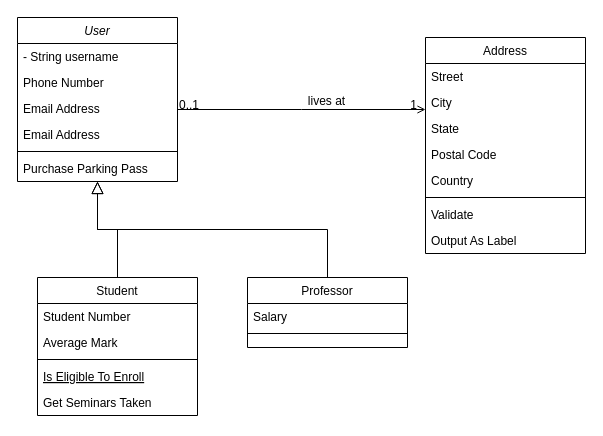
This is Library.drawio from Drym96/Library-Project-28-08-2023, a draw.io file, before an edit. Source tidied: cells renumbered, new cells numbered last; positions are measured from the earlier drawing's top-left corner, leaving out a move shared by most shapes. Both pictures are drawn from the tidied source at 100%, with x=0, y=0 at pixel (17, 17).
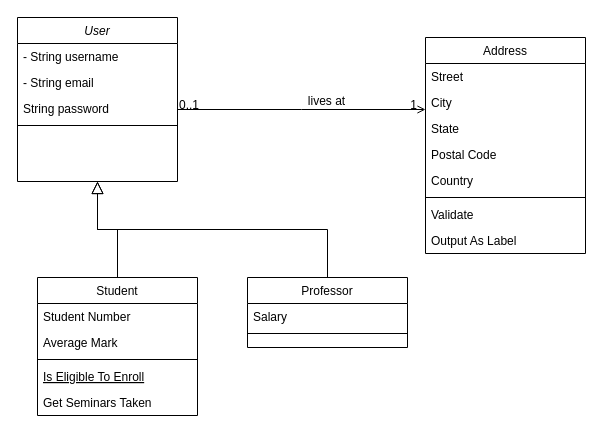
The same page after the edit.

The change refers to these unchanged cells:
```xml
<mxCell id="2" value="User" style="swimlane;fontStyle=2;align=center;verticalAlign=top;horizontal=1;startSize=26;rounded=0;shadow=0;strokeWidth=1;" parent="1" vertex="1">
  <mxGeometry width="160" height="164" as="geometry" />
</mxCell>
```

Diff of the diagram source:
```diff
@@
-    <mxCell id="4" value="Phone Number" style="text;align=left;verticalAlign=top;spacingLeft=4;spacingRight=4;overflow=hidden;rounded=0;shadow=0;html=0;" parent="2" vertex="1">
+    <mxCell id="4" value="- String email" style="text;align=left;verticalAlign=top;spacingLeft=4;spacingRight=4;overflow=hidden;rounded=0;shadow=0;html=0;" parent="2" vertex="1">
       <mxGeometry y="52" width="160" height="26" as="geometry" />
     </mxCell>
-    <mxCell id="5" value="Email Address" style="text;align=left;verticalAlign=top;spacingLeft=4;spacingRight=4;overflow=hidden;rounded=0;shadow=0;html=0;" parent="2" vertex="1">
+    <mxCell id="5" value="String password" style="text;align=left;verticalAlign=top;spacingLeft=4;spacingRight=4;overflow=hidden;rounded=0;shadow=0;html=0;" parent="2" vertex="1">
       <mxGeometry y="78" width="160" height="26" as="geometry" />
     </mxCell>
-    <mxCell id="6" value="Email Address" style="text;align=left;verticalAlign=top;spacingLeft=4;spacingRight=4;overflow=hidden;rounded=0;shadow=0;html=0;" parent="2" vertex="1">
-      <mxGeometry y="104" width="160" height="26" as="geometry" />
-    </mxCell>
     <mxCell id="7" style="line;html=1;strokeWidth=1;align=left;verticalAlign=middle;spacingTop=-1;spacingLeft=3;spacingRight=3;labelPosition=right;" parent="2" vertex="1">
-      <mxGeometry y="130" width="160" height="8" as="geometry" />
+      <mxGeometry y="104" width="160" height="8" as="geometry" />
     </mxCell>
-    <mxCell id="8" value="Purchase Parking Pass" style="text;align=left;verticalAlign=top;spacingLeft=4;spacingRight=4;overflow=hidden;" parent="2" vertex="1">
-      <mxGeometry y="138" width="160" height="26" as="geometry" />
-    </mxCell>
```
